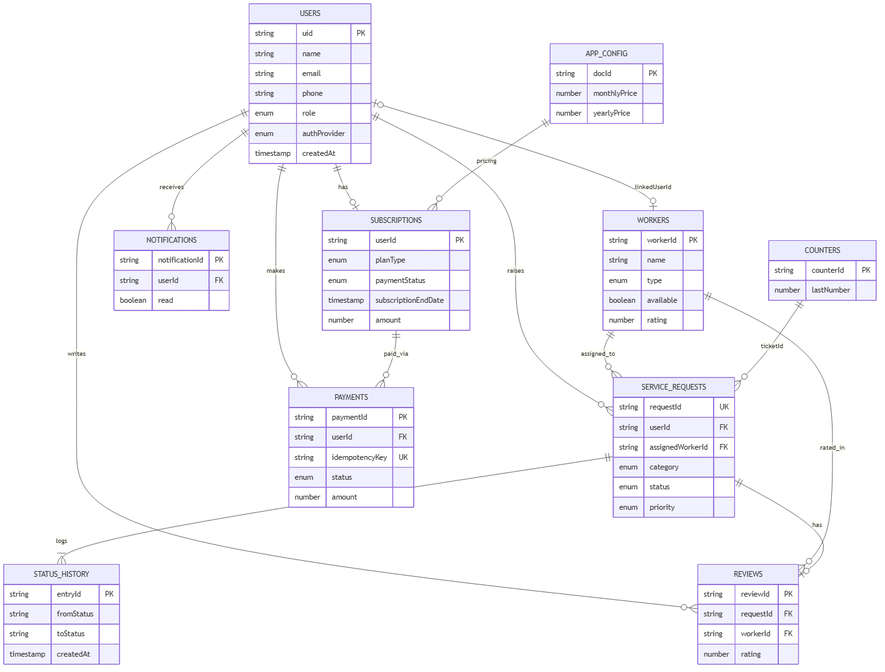
Above: docs/diagrams/er-diagram.png in Th-Shivam/HOMEFIX (Mermaid), before the change. Its source is kept beside it as docs/diagrams/er-diagram.mmd. The source it was exported from:
```mermaid
erDiagram
    USERS ||--o| SUBSCRIPTIONS : "has"
    USERS ||--o{ SERVICE_REQUESTS : "raises"
    USERS ||--o{ PAYMENTS : "makes"
    USERS ||--o{ NOTIFICATIONS : "receives"
    USERS ||--o{ REVIEWS : "writes"
    USERS |o--o| WORKERS : "linkedUserId"
    SUBSCRIPTIONS ||--o{ PAYMENTS : "paid_via"
    WORKERS ||--o{ SERVICE_REQUESTS : "assigned_to"
    WORKERS ||--o{ REVIEWS : "rated_in"
    SERVICE_REQUESTS ||--|{ STATUS_HISTORY : "logs"
    SERVICE_REQUESTS ||--o| REVIEWS : "has"
    COUNTERS ||--o{ SERVICE_REQUESTS : "ticketId"
    APP_CONFIG ||--o{ SUBSCRIPTIONS : "pricing"

    USERS {
        string uid PK
        string name
        string email
        string phone
        enum role
        enum authProvider
        timestamp createdAt
    }

    SUBSCRIPTIONS {
        string userId PK
        enum planType
        enum paymentStatus
        timestamp subscriptionEndDate
        number amount
    }

    SERVICE_REQUESTS {
        string requestId UK
        string userId FK
        string assignedWorkerId FK
        enum category
        enum status
        enum priority
    }

    STATUS_HISTORY {
        string entryId PK
        string fromStatus
        string toStatus
        timestamp createdAt
    }

    WORKERS {
        string workerId PK
        string name
        enum type
        boolean available
        number rating
    }

    PAYMENTS {
        string paymentId PK
        string userId FK
        string idempotencyKey UK
        enum status
        number amount
    }

    REVIEWS {
        string reviewId PK
        string requestId FK
        string workerId FK
        number rating
    }

    NOTIFICATIONS {
        string notificationId PK
        string userId FK
        boolean read
    }

    APP_CONFIG {
        string docId PK
        number monthlyPrice
        number yearlyPrice
    }

    COUNTERS {
        string counterId PK
        number lastNumber
    }
```
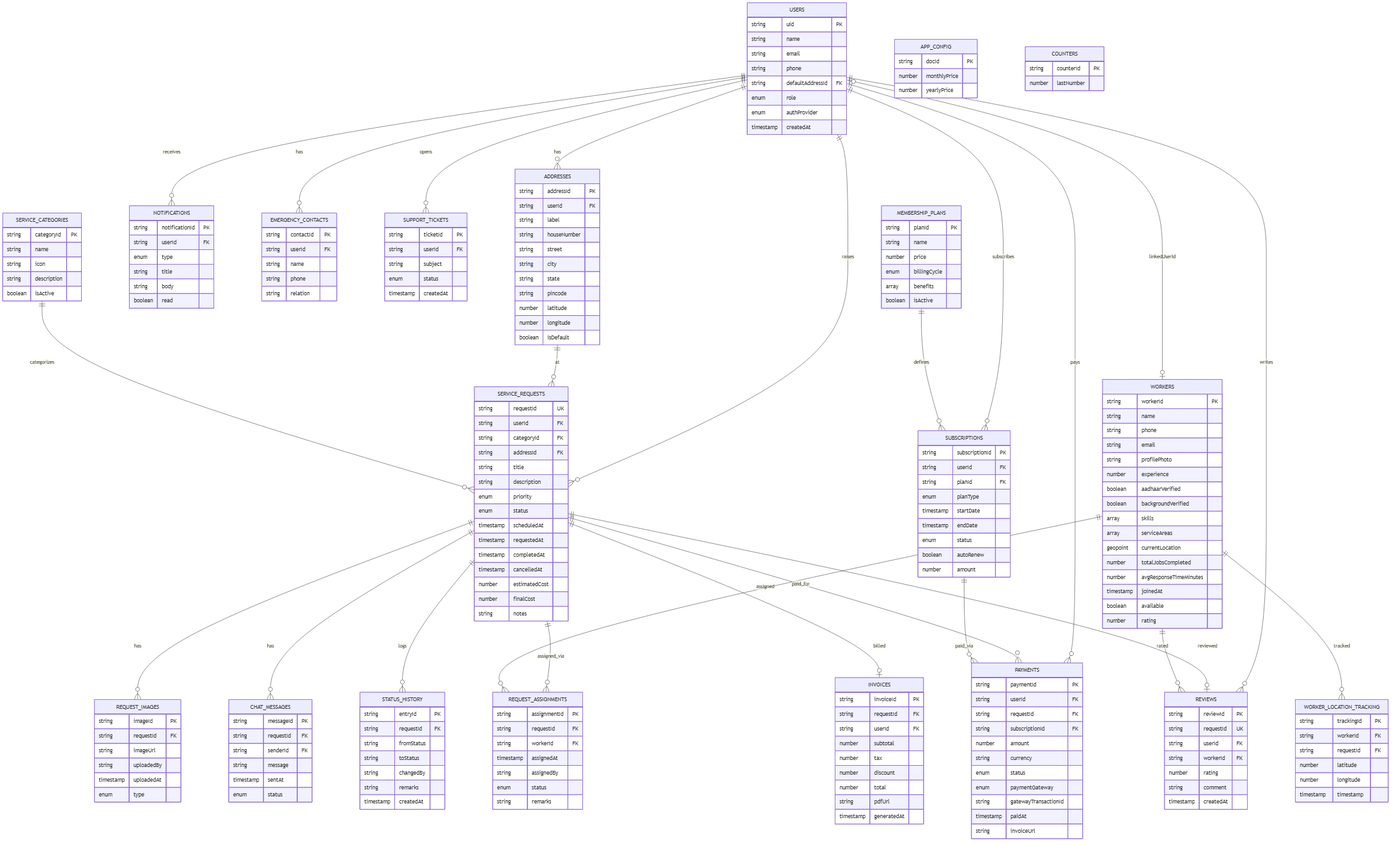
After the commit.

Change to the diagram source:
```diff
@@ -1,78 +1,228 @@
 erDiagram
-    USERS ||--o| SUBSCRIPTIONS : "has"
+    USERS ||--o{ ADDRESSES : "has"
     USERS ||--o{ SERVICE_REQUESTS : "raises"
-    USERS ||--o{ PAYMENTS : "makes"
+    USERS ||--o{ SUBSCRIPTIONS : "subscribes"
+    USERS ||--o{ PAYMENTS : "pays"
+    USERS ||--o{ REVIEWS : "writes"
     USERS ||--o{ NOTIFICATIONS : "receives"
-    USERS ||--o{ REVIEWS : "writes"
+    USERS ||--o{ EMERGENCY_CONTACTS : "has"
+    USERS ||--o{ SUPPORT_TICKETS : "opens"
     USERS |o--o| WORKERS : "linkedUserId"
+
+    ADDRESSES ||--o{ SERVICE_REQUESTS : "at"
+    SERVICE_CATEGORIES ||--o{ SERVICE_REQUESTS : "categorizes"
+    MEMBERSHIP_PLANS ||--o{ SUBSCRIPTIONS : "defines"
+
+    SERVICE_REQUESTS ||--o{ REQUEST_ASSIGNMENTS : "assigned_via"
+    SERVICE_REQUESTS ||--o{ REQUEST_IMAGES : "has"
+    SERVICE_REQUESTS ||--o{ CHAT_MESSAGES : "has"
+    SERVICE_REQUESTS ||--o{ STATUS_HISTORY : "logs"
+    SERVICE_REQUESTS ||--o| REVIEWS : "reviewed"
+    SERVICE_REQUESTS ||--o| INVOICES : "billed"
+    SERVICE_REQUESTS ||--o{ PAYMENTS : "paid_for"
+
+    WORKERS ||--o{ REQUEST_ASSIGNMENTS : "assigned"
+    WORKERS ||--o{ REVIEWS : "rated"
+    WORKERS ||--o{ WORKER_LOCATION_TRACKING : "tracked"
+
     SUBSCRIPTIONS ||--o{ PAYMENTS : "paid_via"
-    WORKERS ||--o{ SERVICE_REQUESTS : "assigned_to"
-    WORKERS ||--o{ REVIEWS : "rated_in"
-    SERVICE_REQUESTS ||--|{ STATUS_HISTORY : "logs"
-    SERVICE_REQUESTS ||--o| REVIEWS : "has"
-    COUNTERS ||--o{ SERVICE_REQUESTS : "ticketId"
-    APP_CONFIG ||--o{ SUBSCRIPTIONS : "pricing"
 
     USERS {
         string uid PK
         string name
         string email
         string phone
+        string defaultAddressId FK
         enum role
         enum authProvider
         timestamp createdAt
     }
 
-    SUBSCRIPTIONS {
-        string userId PK
-        enum planType
-        enum paymentStatus
-        timestamp subscriptionEndDate
-        number amount
+    ADDRESSES {
+        string addressId PK
+        string userId FK
+        string label
+        string houseNumber
+        string street
+        string city
+        string state
+        string pincode
+        number latitude
+        number longitude
+        boolean isDefault
+    }
+
+    SERVICE_CATEGORIES {
+        string categoryId PK
+        string name
+        string icon
+        string description
+        boolean isActive
     }
 
     SERVICE_REQUESTS {
         string requestId UK
         string userId FK
-        string assignedWorkerId FK
-        enum category
+        string categoryId FK
+        string addressId FK
+        string title
+        string description
+        enum priority
         enum status
-        enum priority
+        timestamp scheduledAt
+        timestamp requestedAt
+        timestamp completedAt
+        timestamp cancelledAt
+        number estimatedCost
+        number finalCost
+        string notes
+    }
+
+    REQUEST_ASSIGNMENTS {
+        string assignmentId PK
+        string requestId FK
+        string workerId FK
+        timestamp assignedAt
+        string assignedBy
+        enum status
+        string remarks
+    }
+
+    REQUEST_IMAGES {
+        string imageId PK
+        string requestId FK
+        string imageUrl
+        string uploadedBy
+        timestamp uploadedAt
+        enum type
+    }
+
+    CHAT_MESSAGES {
+        string messageId PK
+        string requestId FK
+        string senderId FK
+        string message
+        timestamp sentAt
+        enum status
     }
 
     STATUS_HISTORY {
         string entryId PK
+        string requestId FK
         string fromStatus
         string toStatus
+        string changedBy
+        string remarks
         timestamp createdAt
     }
 
     WORKERS {
         string workerId PK
         string name
-        enum type
+        string phone
+        string email
+        string profilePhoto
+        number experience
+        boolean aadhaarVerified
+        boolean backgroundVerified
+        array skills
+        array serviceAreas
+        geopoint currentLocation
+        number totalJobsCompleted
+        number avgResponseTimeMinutes
+        timestamp joinedAt
         boolean available
         number rating
+    }
+
+    WORKER_LOCATION_TRACKING {
+        string trackingId PK
+        string workerId FK
+        string requestId FK
+        number latitude
+        number longitude
+        timestamp timestamp
+    }
+
+    REVIEWS {
+        string reviewId PK
+        string requestId UK
+        string userId FK
+        string workerId FK
+        number rating
+        string comment
+        timestamp createdAt
     }
 
     PAYMENTS {
         string paymentId PK
         string userId FK
-        string idempotencyKey UK
+        string requestId FK
+        string subscriptionId FK
+        number amount
+        string currency
         enum status
+        enum paymentGateway
+        string gatewayTransactionId
+        timestamp paidAt
+        string invoiceUrl
+    }
+
+    INVOICES {
+        string invoiceId PK
+        string requestId FK
+        string userId FK
+        number subtotal
+        number tax
+        number discount
+        number total
+        string pdfUrl
+        timestamp generatedAt
+    }
+
+    SUBSCRIPTIONS {
+        string subscriptionId PK
+        string userId FK
+        string planId FK
+        enum planType
+        timestamp startDate
+        timestamp endDate
+        enum status
+        boolean autoRenew
         number amount
     }
 
-    REVIEWS {
-        string reviewId PK
-        string requestId FK
-        string workerId FK
-        number rating
+    MEMBERSHIP_PLANS {
+        string planId PK
+        string name
+        number price
+        enum billingCycle
+        array benefits
+        boolean isActive
+    }
+
+    EMERGENCY_CONTACTS {
+        string contactId PK
+        string userId FK
+        string name
+        string phone
+        string relation
+    }
+
+    SUPPORT_TICKETS {
+        string ticketId PK
+        string userId FK
+        string subject
+        enum status
+        timestamp createdAt
     }
 
     NOTIFICATIONS {
         string notificationId PK
         string userId FK
+        enum type
+        string title
+        string body
         boolean read
     }
 
```
